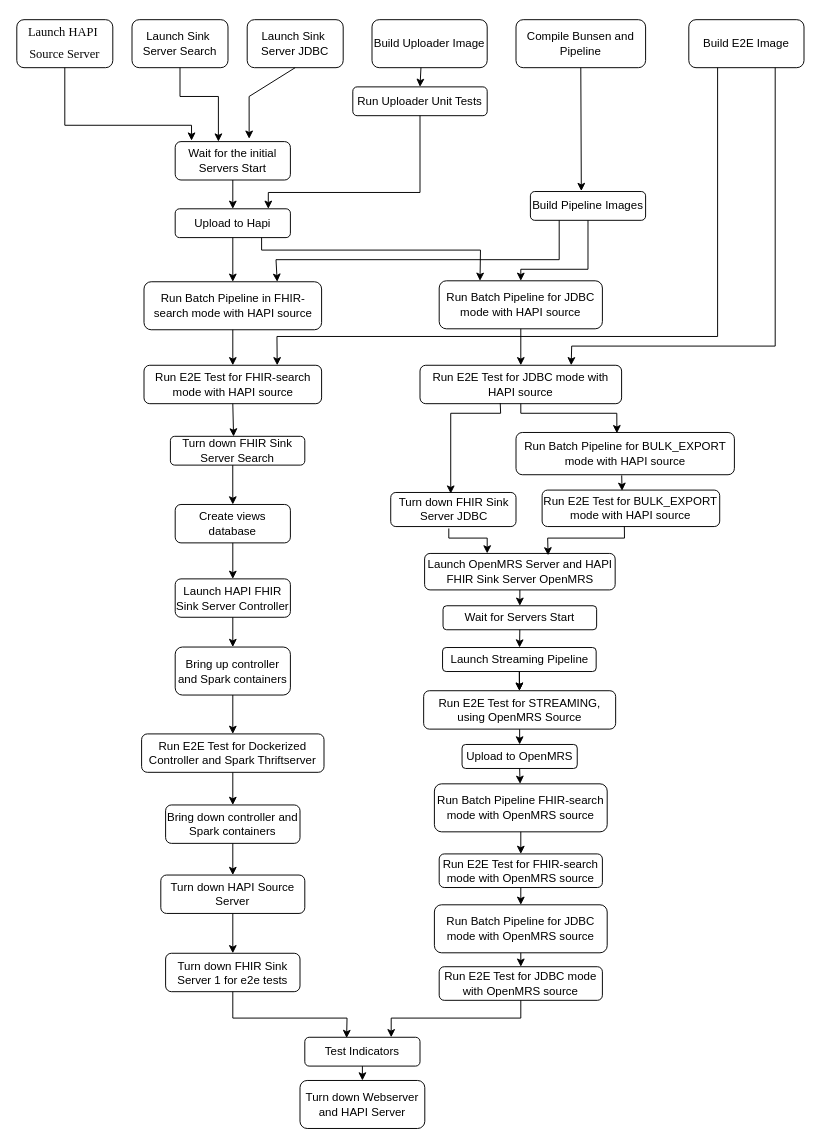
google/fhir-data-pipes keeps this draw.io diagram as doc/cloudbuild_flowChart.drawio.xml. Above is the earlier version. Source tidied: cells renumbered, new cells numbered last; positions are measured from the earlier drawing's top-left corner, leaving out a move shared by most shapes. Both pictures are drawn from the tidied source at 96%, with x=0, y=0 at pixel (16, 19).
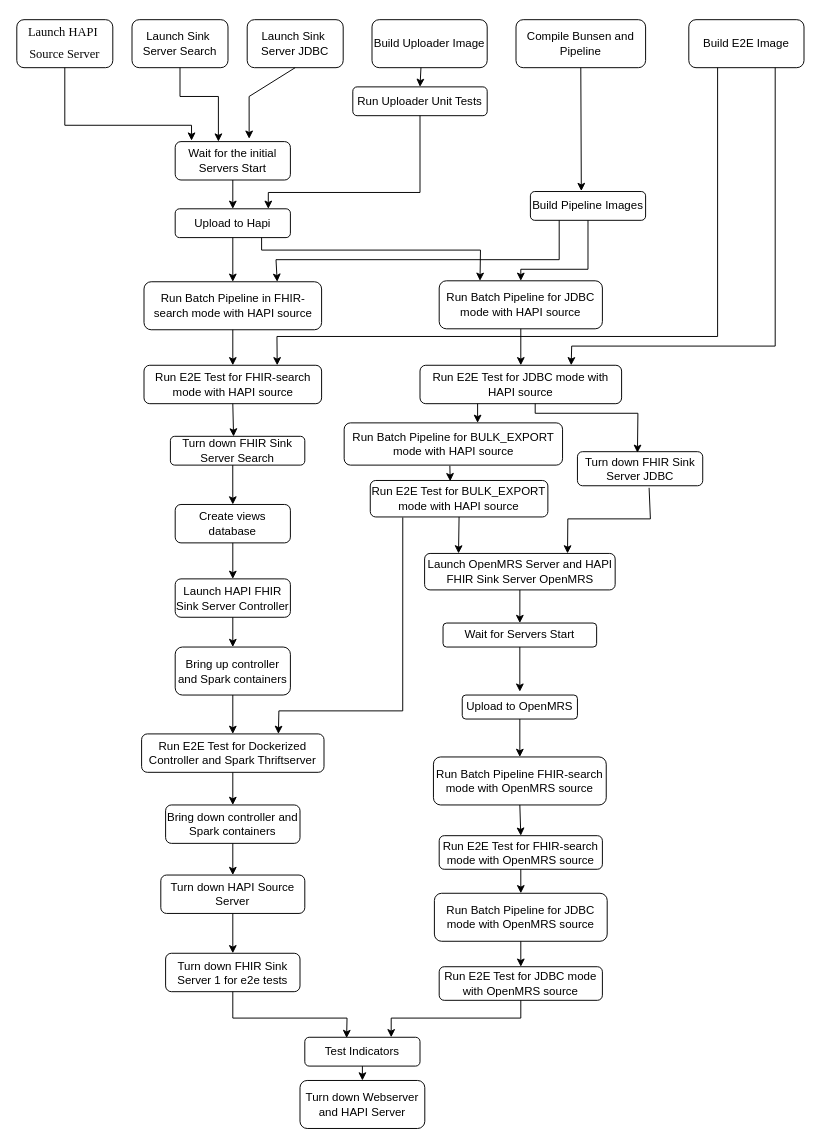
After the change.

The change refers to these unchanged cells:
```xml
<mxCell id="19" value="Run E2E Test for JDBC mode with HAPI source" style="rounded=1;whiteSpace=wrap;html=1;" parent="1" vertex="1">
  <mxGeometry x="420" y="360" width="210" height="40" as="geometry" />
</mxCell>
<mxCell id="28" value="Run E2E Test for Dockerized Controller and Spark Thriftserver" style="rounded=1;whiteSpace=wrap;html=1;" parent="1" vertex="1">
  <mxGeometry x="130" y="744" width="190" height="40" as="geometry" />
</mxCell>
<mxCell id="34" value="Launch OpenMRS Server and HAPI FHIR Sink Server OpenMRS" style="rounded=1;whiteSpace=wrap;html=1;" parent="1" vertex="1">
  <mxGeometry x="424.8" y="556" width="198.5" height="38" as="geometry" />
</mxCell>
```

What changed in the source:
```diff
@@
     <mxCell id="22" value="Turn down FHIR Sink Server JDBC" style="rounded=1;whiteSpace=wrap;html=1;" parent="1" vertex="1">
-      <mxGeometry x="389.5" y="492.5" width="130.5" height="35.5" as="geometry" />
+      <mxGeometry x="584" y="450" width="130.5" height="35.5" as="geometry" />
     </mxCell>
@@
-    <mxCell id="35" style="edgeStyle=orthogonalEdgeStyle;rounded=0;jettySize=auto;html=1;" parent="1" edge="1" source="56" target="39">
-      <mxGeometry relative="1" as="geometry" />
-    </mxCell>
     <mxCell id="36" value="Wait for Servers Start" style="rounded=1;whiteSpace=wrap;html=1;" parent="1" vertex="1">
-      <mxGeometry x="444" y="610.5" width="160" height="25" as="geometry" />
+      <mxGeometry x="444" y="628.5" width="160" height="25" as="geometry" />
     </mxCell>
@@
-    <mxCell id="38" style="endArrow=classic;html=1;rounded=0;exitX=0.5;exitY=1;exitDx=0;exitDy=0;" parent="1" edge="1" source="36" target="56">
-      <mxGeometry relative="1" as="geometry" />
+    <mxCell id="38" style="endArrow=classic;html=1;rounded=0;exitX=0.5;exitY=1;exitDx=0;exitDy=0;" parent="1" edge="1" source="36">
+      <mxGeometry relative="1" as="geometry">
+        <mxPoint x="524" y="700" as="targetPoint" />
+      </mxGeometry>
     </mxCell>
-    <mxCell id="39" value="Run E2E Test for STREAMING, using OpenMRS Source" style="rounded=1;whiteSpace=wrap;html=1;" parent="1" vertex="1">
-      <mxGeometry x="423.8" y="699" width="200" height="40" as="geometry" />
-    </mxCell>
-    <mxCell id="40" style="endArrow=classic;html=1;rounded=0;exitX=0.5;exitY=1;exitDx=0;exitDy=0;" parent="1" edge="1" source="56" target="39">
-      <mxGeometry relative="1" as="geometry" />
-    </mxCell>
     <mxCell id="41" value="Upload to OpenMRS" style="rounded=1;whiteSpace=wrap;html=1;" parent="1" vertex="1">
-      <mxGeometry x="463.8" y="755" width="120" height="25" as="geometry" />
+      <mxGeometry x="464" y="703.5" width="120" height="25" as="geometry" />
     </mxCell>
-    <mxCell id="42" style="endArrow=classic;html=1;rounded=0;exitX=0.5;exitY=1;exitDx=0;exitDy=0;" parent="1" edge="1" source="39" target="41">
-      <mxGeometry relative="1" as="geometry" />
-    </mxCell>
     <mxCell id="43" value="Run Batch Pipeline FHIR-search mode with OpenMRS source" style="rounded=1;whiteSpace=wrap;html=1;" parent="1" vertex="1">
-      <mxGeometry x="435" y="796" width="180" height="50" as="geometry" />
+      <mxGeometry x="434" y="768" width="180" height="50" as="geometry" />
     </mxCell>
@@
     <mxCell id="45" value="Run E2E Test for FHIR-search mode with OpenMRS source" style="rounded=1;whiteSpace=wrap;html=1;" parent="1" vertex="1">
-      <mxGeometry x="440" y="869" width="170" height="35" as="geometry" />
+      <mxGeometry x="440" y="850" width="170" height="35" as="geometry" />
     </mxCell>
@@
     <mxCell id="48" value="Run Batch Pipeline for JDBC mode with OpenMRS source" style="rounded=1;whiteSpace=wrap;html=1;" parent="1" vertex="1">
-      <mxGeometry x="435" y="922" width="180" height="50" as="geometry" />
+      <mxGeometry x="435" y="910" width="180" height="50" as="geometry" />
     </mxCell>
@@
-    <mxCell id="56" value="Launch Streaming Pipeline" style="rounded=1;whiteSpace=wrap;html=1;" parent="1" vertex="1">
-      <mxGeometry x="443.5" y="654" width="160" height="25" as="geometry" />
-    </mxCell>
@@
     <mxCell id="70" value="Run Batch Pipeline for BULK_EXPORT mode with HAPI source" style="rounded=1;whiteSpace=wrap;html=1;" parent="1" vertex="1">
-      <mxGeometry x="520" y="430" width="227.5" height="44" as="geometry" />
+      <mxGeometry x="341" y="420" width="227.5" height="44" as="geometry" />
     </mxCell>
     <mxCell id="71" value="Run E2E Test for BULK_EXPORT mode with HAPI source" style="rounded=1;whiteSpace=wrap;html=1;" parent="1" vertex="1">
-      <mxGeometry x="547.2" y="490" width="185" height="38" as="geometry" />
+      <mxGeometry x="368.2" y="480" width="185" height="38" as="geometry" />
     </mxCell>
@@
-    <mxCell id="73" style="endArrow=classic;html=1;rounded=0;exitX=0.5;exitY=1;exitDx=0;exitDy=0;entryX=0.462;entryY=0.018;entryDx=0;entryDy=0;entryPerimeter=0;" parent="1" edge="1" source="19" target="70">
-      <mxGeometry relative="1" as="geometry">
-        <Array as="points">
-          <mxPoint x="525" y="410" />
-          <mxPoint x="625" y="410" />
-        </Array>
-      </mxGeometry>
-    </mxCell>
@@
-    <mxCell id="75" style="endArrow=classic;html=1;rounded=0;exitX=0.398;exitY=0.985;exitDx=0;exitDy=0;exitPerimeter=0;entryX=0.479;entryY=0.034;entryDx=0;entryDy=0;entryPerimeter=0;" parent="1" edge="1" source="19" target="22">
+    <mxCell id="75" style="endArrow=classic;html=1;rounded=0;entryX=0.479;entryY=0.034;entryDx=0;entryDy=0;entryPerimeter=0;" parent="1" edge="1" target="22">
       <mxGeometry relative="1" as="geometry">
+        <mxPoint x="540" y="400" as="sourcePoint" />
         <Array as="points">
-          <mxPoint x="504" y="410" />
-          <mxPoint x="452" y="410" />
+          <mxPoint x="540" y="400" />
+          <mxPoint x="540" y="410" />
+          <mxPoint x="647" y="410" />
         </Array>
       </mxGeometry>
     </mxCell>
-    <mxCell id="76" style="endArrow=classic;html=1;rounded=0;" parent="1" edge="1">
+    <mxCell id="76" style="endArrow=classic;html=1;rounded=0;exitX=0.572;exitY=1.06;exitDx=0;exitDy=0;exitPerimeter=0;entryX=0.75;entryY=0;entryDx=0;entryDy=0;" parent="1" edge="1" source="22" target="34">
       <mxGeometry relative="1" as="geometry">
-        <mxPoint x="450" y="530" as="sourcePoint" />
-        <mxPoint x="490" y="556" as="targetPoint" />
         <Array as="points">
-          <mxPoint x="450" y="540" />
-          <mxPoint x="490" y="540" />
+          <mxPoint x="660" y="520" />
+          <mxPoint x="574" y="520" />
         </Array>
       </mxGeometry>
     </mxCell>
+    <mxCell id="78" style="endArrow=classic;html=1;rounded=0;" parent="1" edge="1">
+      <mxGeometry relative="1" as="geometry">
+        <mxPoint x="480" y="400" as="sourcePoint" />
+        <mxPoint x="480" y="420" as="targetPoint" />
+      </mxGeometry>
+    </mxCell>
-    <mxCell id="77" style="endArrow=classic;html=1;rounded=0;exitX=0.463;exitY=0.994;exitDx=0;exitDy=0;exitPerimeter=0;entryX=0.648;entryY=0.053;entryDx=0;entryDy=0;entryPerimeter=0;" parent="1" edge="1" source="71" target="34">
-      <mxGeometry relative="1" as="geometry">
-        <Array as="points">
-          <mxPoint x="633" y="540" />
-          <mxPoint x="553" y="540" />
-        </Array>
-      </mxGeometry>
+    <mxCell id="77" style="endArrow=classic;html=1;rounded=0;exitX=0.5;exitY=1;exitDx=0;exitDy=0;entryX=0.178;entryY=0;entryDx=0;entryDy=0;entryPerimeter=0;" parent="1" edge="1" source="71" target="34">
+      <mxGeometry relative="1" as="geometry" />
     </mxCell>
+    <mxCell id="79" style="endArrow=classic;html=1;rounded=0;exitX=0.183;exitY=1.013;exitDx=0;exitDy=0;exitPerimeter=0;entryX=0.75;entryY=0;entryDx=0;entryDy=0;" parent="1" edge="1" source="71" target="28">
+      <mxGeometry relative="1" as="geometry">
+        <Array as="points">
+          <mxPoint x="402" y="720" />
+          <mxPoint x="273" y="720" />
+        </Array>
+      </mxGeometry>
+    </mxCell>
```
